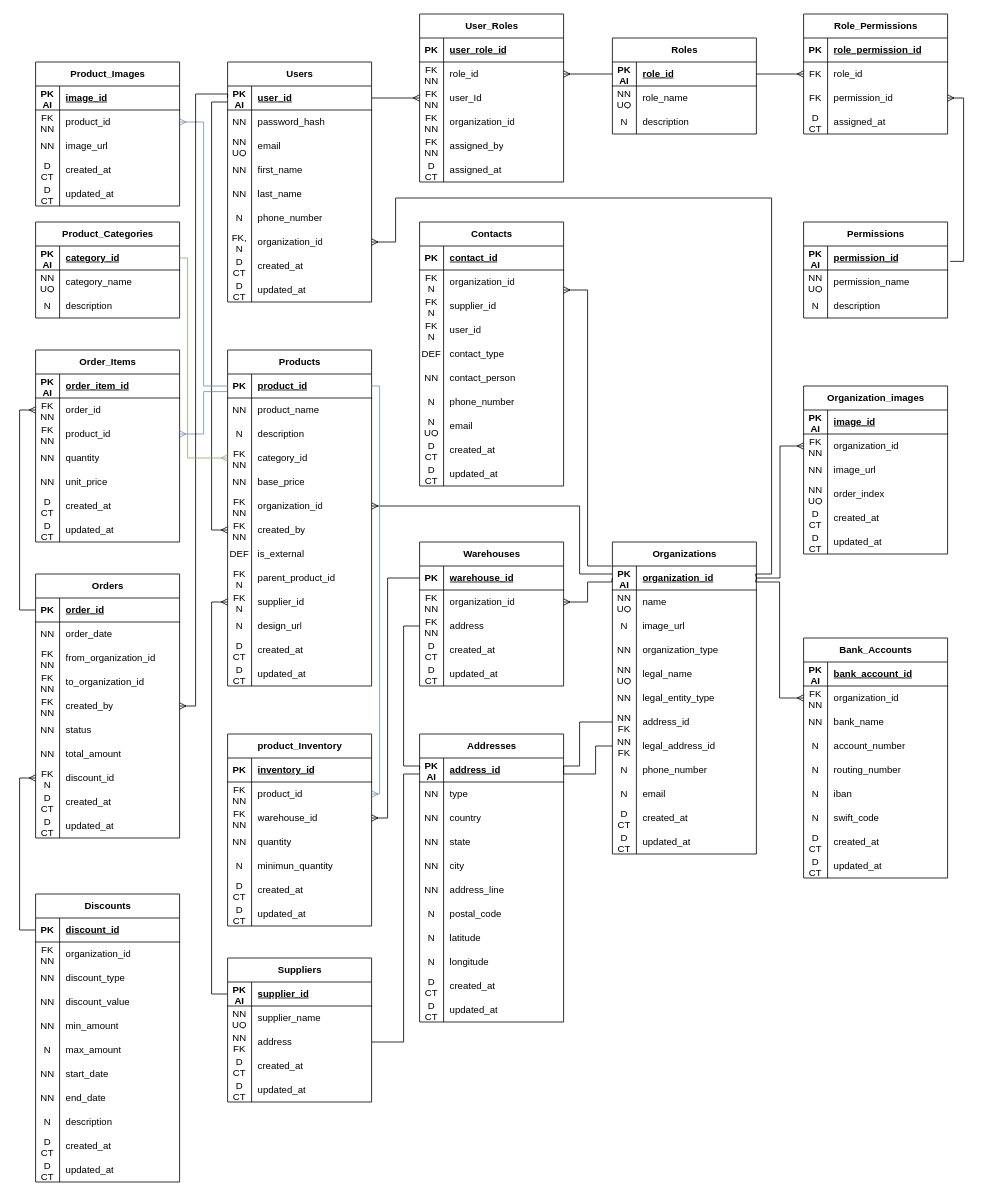
arsen1234567/erp keeps this draw.io diagram as diagram/Диаграмма без названия.drawio. Above is the earlier version. Source tidied: cells renumbered, new cells numbered last; positions are measured from the earlier drawing's top-left corner, leaving out a move shared by most shapes. Both pictures are drawn from the tidied source at 80%, with x=0, y=0 at pixel (35, 14).
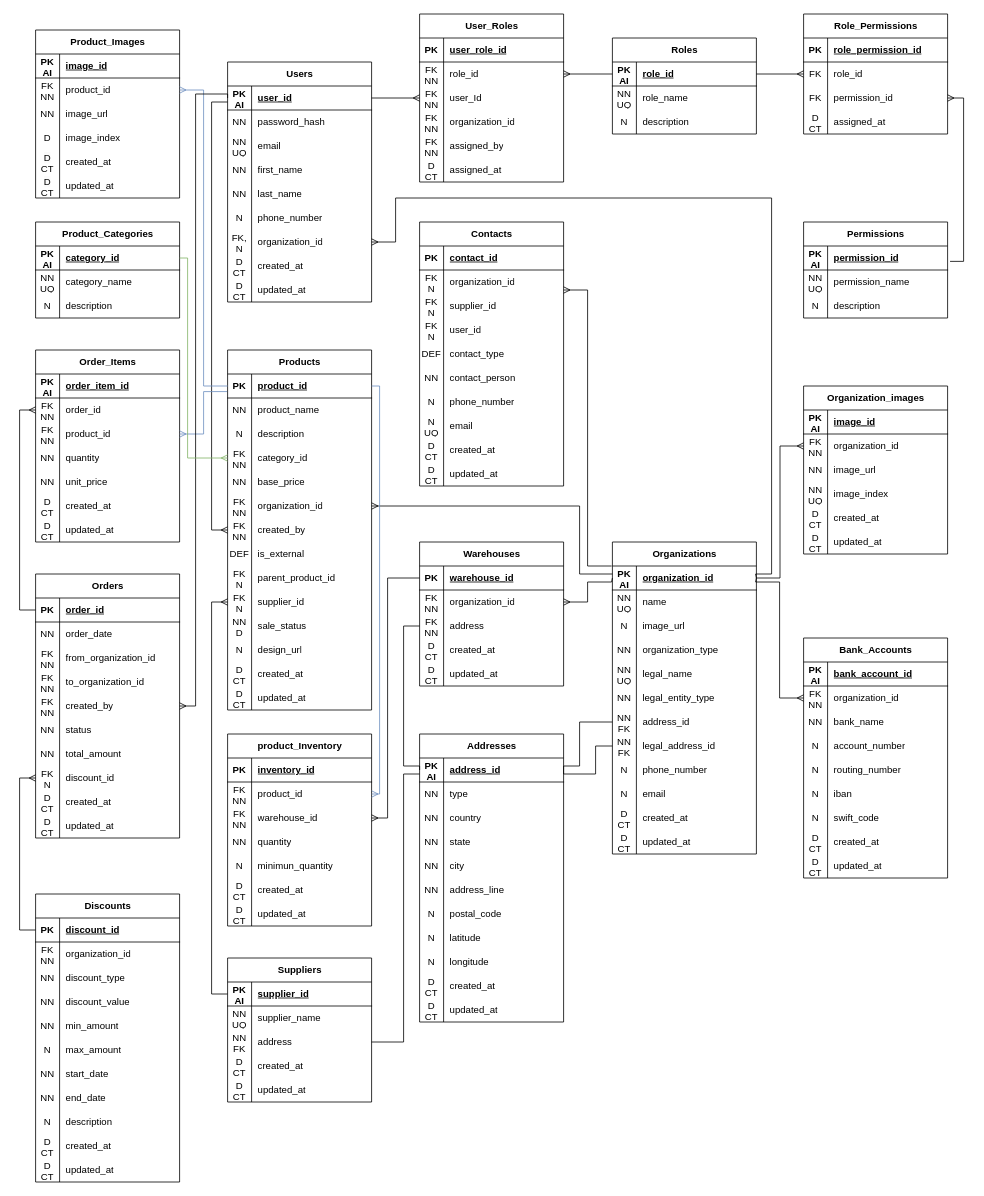
Above is the later version.

Unchanged cells that the change refers to:
```xml
<mxCell id="452" style="shape=tableRow;horizontal=0;startSize=0;swimlaneHead=0;swimlaneBody=0;fillColor=none;top=0;left=0;right=0;bottom=0;" parent="442" vertex="1">
  <mxGeometry y="120" width="180" height="30" as="geometry" />
</mxCell>
```

Diff of the diagram source:
```diff
@@
     <mxCell id="98" value="Products" style="shape=table;startSize=30;childLayout=tableLayout;rowLines=0;fontStyle=1;align=center;html=1;" parent="1" vertex="1">
-      <mxGeometry x="240" y="420" width="180" height="420" as="geometry" />
+      <mxGeometry x="240" y="420" width="180" height="450" as="geometry" />
     </mxCell>
@@
+    <mxCell id="463" style="shape=tableRow;horizontal=0;startSize=0;swimlaneHead=0;swimlaneBody=0;fillColor=none;top=0;left=0;right=0;bottom=0;" parent="98" vertex="1">
+      <mxGeometry y="330" width="180" height="30" as="geometry" />
+    </mxCell>
+    <mxCell id="464" value="NN&lt;div&gt;D&lt;/div&gt;" style="shape=partialRectangle;fillColor=none;top=0;left=0;bottom=0;right=0;overflow=hidden;whiteSpace=wrap;html=1;" parent="463" vertex="1">
+      <mxGeometry width="30" height="30" as="geometry" />
+    </mxCell>
+    <mxCell id="465" value="sale_status" style="shape=partialRectangle;fillColor=none;top=0;left=0;bottom=0;right=0;align=left;spacingLeft=6;overflow=hidden;whiteSpace=wrap;html=1;" parent="463" vertex="1">
+      <mxGeometry x="30" width="150" height="30" as="geometry" />
+    </mxCell>
     <mxCell id="129" style="shape=tableRow;horizontal=0;startSize=0;swimlaneHead=0;swimlaneBody=0;fillColor=none;top=0;left=0;right=0;bottom=0;" parent="98" vertex="1">
-      <mxGeometry y="330" width="180" height="30" as="geometry" />
+      <mxGeometry y="360" width="180" height="30" as="geometry" />
     </mxCell>
@@
     <mxCell id="132" style="shape=tableRow;horizontal=0;startSize=0;swimlaneHead=0;swimlaneBody=0;fillColor=none;top=0;left=0;right=0;bottom=0;" parent="98" vertex="1">
-      <mxGeometry y="360" width="180" height="30" as="geometry" />
+      <mxGeometry y="390" width="180" height="30" as="geometry" />
     </mxCell>
@@
     <mxCell id="135" style="shape=tableRow;horizontal=0;startSize=0;swimlaneHead=0;swimlaneBody=0;fillColor=none;top=0;left=0;right=0;bottom=0;" parent="98" vertex="1">
-      <mxGeometry y="390" width="180" height="30" as="geometry" />
+      <mxGeometry y="420" width="180" height="30" as="geometry" />
     </mxCell>
@@
     <mxCell id="313" value="Product_Images" style="shape=table;startSize=30;childLayout=tableLayout;rowLines=0;fontStyle=1;align=center;html=1;" parent="1" vertex="1">
-      <mxGeometry y="60" width="180" height="180" as="geometry" />
+      <mxGeometry y="20" width="180" height="210" as="geometry" />
     </mxCell>
@@
+    <mxCell id="466" style="shape=tableRow;horizontal=0;startSize=0;swimlaneHead=0;swimlaneBody=0;fillColor=none;top=0;left=0;right=0;bottom=0;" parent="313" vertex="1">
+      <mxGeometry y="120" width="180" height="30" as="geometry" />
+    </mxCell>
+    <mxCell id="467" value="D" style="shape=partialRectangle;fillColor=none;top=0;left=0;bottom=0;right=0;overflow=hidden;whiteSpace=wrap;html=1;" parent="466" vertex="1">
+      <mxGeometry width="30" height="30" as="geometry" />
+    </mxCell>
+    <mxCell id="468" value="image_index" style="shape=partialRectangle;fillColor=none;top=0;left=0;bottom=0;right=0;align=left;spacingLeft=6;overflow=hidden;whiteSpace=wrap;html=1;" parent="466" vertex="1">
+      <mxGeometry x="30" width="150" height="30" as="geometry" />
+    </mxCell>
     <mxCell id="323" style="shape=tableRow;horizontal=0;startSize=0;swimlaneHead=0;swimlaneBody=0;fillColor=none;top=0;left=0;right=0;bottom=0;" parent="313" vertex="1">
-      <mxGeometry y="120" width="180" height="30" as="geometry" />
+      <mxGeometry y="150" width="180" height="30" as="geometry" />
     </mxCell>
@@
     <mxCell id="326" style="shape=tableRow;horizontal=0;startSize=0;swimlaneHead=0;swimlaneBody=0;fillColor=none;top=0;left=0;right=0;bottom=0;" parent="313" vertex="1">
-      <mxGeometry y="150" width="180" height="30" as="geometry" />
+      <mxGeometry y="180" width="180" height="30" as="geometry" />
     </mxCell>
@@
-    <mxCell id="454" value="order_index" style="shape=partialRectangle;fillColor=none;top=0;left=0;bottom=0;right=0;align=left;spacingLeft=6;overflow=hidden;whiteSpace=wrap;html=1;" parent="452" vertex="1">
+    <mxCell id="454" value="image_index" style="shape=partialRectangle;fillColor=none;top=0;left=0;bottom=0;right=0;align=left;spacingLeft=6;overflow=hidden;whiteSpace=wrap;html=1;" parent="452" vertex="1">
       <mxGeometry x="30" width="150" height="30" as="geometry" />
     </mxCell>
```
